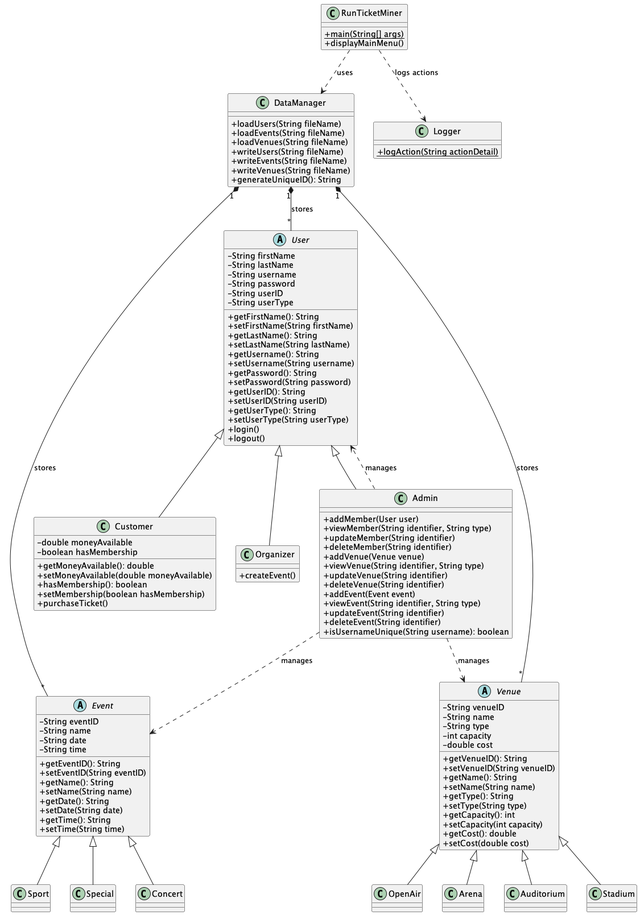
The PlantUML diagram out/ClassDiagram/ClassDiagram.png in jluna4072/TicketMiner, before a commit.
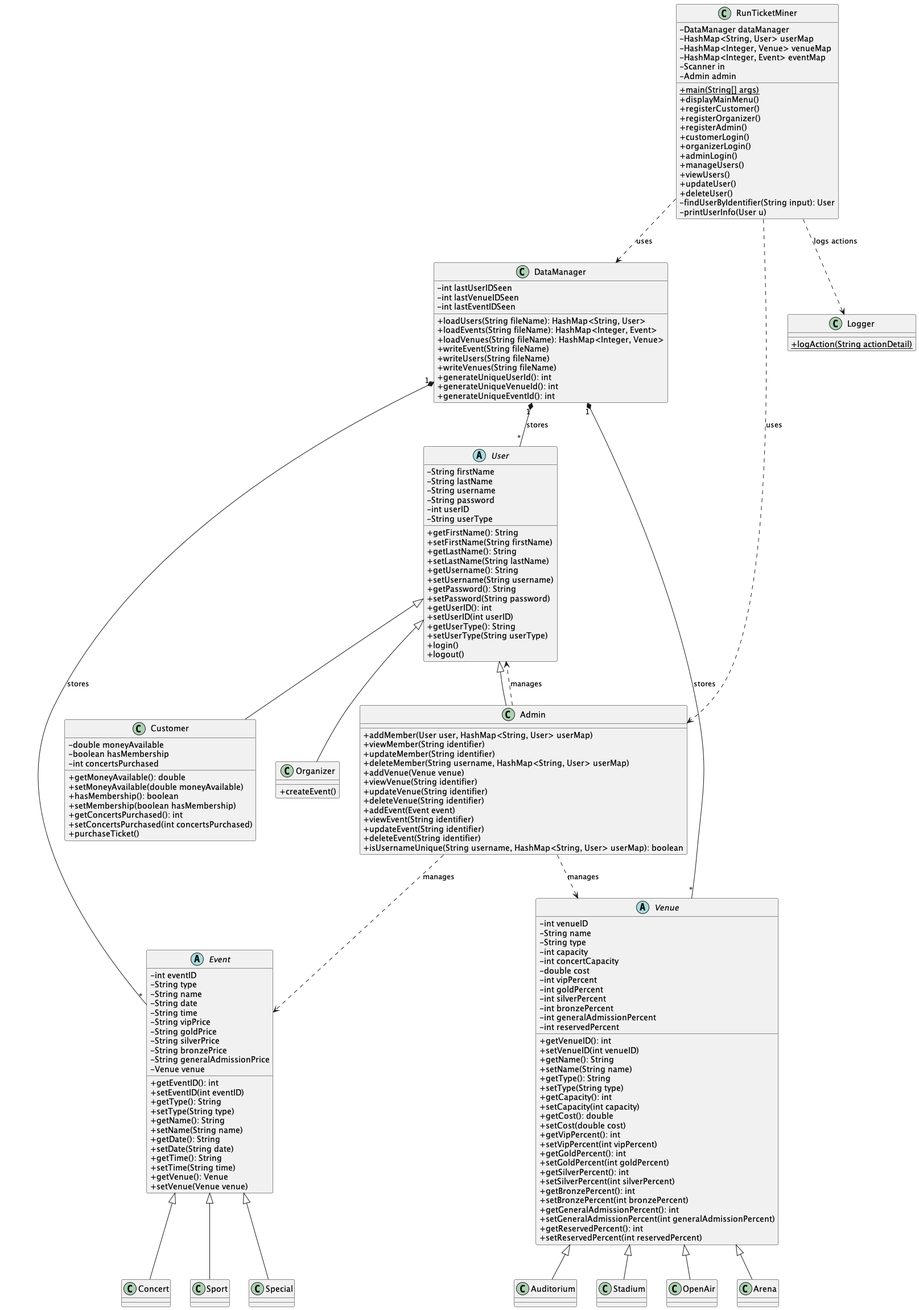
The same file after the commit.

Commit message:
Update ClassDiagram.png to reflect recent changes in class relationships

Diff of the diagram source:
```diff
@@ -6,7 +6,7 @@
     - String lastName
     - String username
     - String password
-    - String userID
+    - int userID
     - String userType
     + getFirstName(): String
     + setFirstName(String firstName)
@@ -16,8 +16,8 @@
     + setUsername(String username)
     + getPassword(): String
     + setPassword(String password)
-    + getUserID(): String
-    + setUserID(String userID)
+    + getUserID(): int
+    + setUserID(int userID)
     + getUserType(): String
     + setUserType(String userType)
     + login()
@@ -26,10 +26,13 @@
 class Customer {
     - double moneyAvailable
     - boolean hasMembership
+    - int concertsPurchased
     + getMoneyAvailable(): double
     + setMoneyAvailable(double moneyAvailable)
     + hasMembership(): boolean
     + setMembership(boolean hasMembership)
+    + getConcertsPurchased(): int
+    + setConcertsPurchased(int concertsPurchased)
     + purchaseTicket()
 }
 
@@ -38,35 +41,45 @@
 }
 
 class Admin {
-    + addMember(User user)
-    + viewMember(String identifier, String type)
+    + addMember(User user, HashMap<String, User> userMap)
+    + viewMember(String identifier)
     + updateMember(String identifier)
-    + deleteMember(String identifier)
+    + deleteMember(String username, HashMap<String, User> userMap)
     + addVenue(Venue venue)
-    + viewVenue(String identifier, String type)
+    + viewVenue(String identifier)
     + updateVenue(String identifier)
     + deleteVenue(String identifier)
     + addEvent(Event event)
-    + viewEvent(String identifier, String type)
+    + viewEvent(String identifier)
     + updateEvent(String identifier)
     + deleteEvent(String identifier)
-    + isUsernameUnique(String username): boolean
+    + isUsernameUnique(String username, HashMap<String, User> userMap): boolean
 }
 
 abstract class Event {
-    - String eventID
+    - int eventID
+    - String type
     - String name
     - String date
     - String time
-
-    + getEventID(): String
-    + setEventID(String eventID)
+    - String vipPrice
+    - String goldPrice
+    - String silverPrice
+    - String bronzePrice
+    - String generalAdmissionPrice
+    - Venue venue
+    + getEventID(): int
+    + setEventID(int eventID)
+    + getType(): String
+    + setType(String type)
     + getName(): String
     + setName(String name)
     + getDate(): String
     + setDate(String date)
     + getTime(): String
     + setTime(String time)
+    + getVenue(): Venue
+    + setVenue(Venue venue)
 }
 
 class Concert extends Event
@@ -74,13 +87,20 @@
 class Special extends Event
 
 abstract class Venue {
-    - String venueID
+    - int venueID
     - String name
     - String type
     - int capacity
+    - int concertCapacity
     - double cost
-    + getVenueID(): String
-    + setVenueID(String venueID)
+    - int vipPercent
+    - int goldPercent
+    - int silverPercent
+    - int bronzePercent
+    - int generalAdmissionPercent
+    - int reservedPercent
+    + getVenueID(): int
+    + setVenueID(int venueID)
     + getName(): String
     + setName(String name)
     + getType(): String
@@ -89,6 +109,18 @@
     + setCapacity(int capacity)
     + getCost(): double
     + setCost(double cost)
+    + getVipPercent(): int
+    + setVipPercent(int vipPercent)
+    + getGoldPercent(): int
+    + setGoldPercent(int goldPercent)
+    + getSilverPercent(): int
+    + setSilverPercent(int silverPercent)
+    + getBronzePercent(): int
+    + setBronzePercent(int bronzePercent)
+    + getGeneralAdmissionPercent(): int
+    + setGeneralAdmissionPercent(int generalAdmissionPercent)
+    + getReservedPercent(): int
+    + setReservedPercent(int reservedPercent)
 }
 
 class Arena extends Venue
@@ -97,19 +129,41 @@
 class OpenAir extends Venue
 
 class RunTicketMiner {
+    - DataManager dataManager
+    - HashMap<String, User> userMap
+    - HashMap<Integer, Venue> venueMap
+    - HashMap<Integer, Event> eventMap
+    - Scanner in
+    - Admin admin
     + {static} main(String[] args)
     + displayMainMenu()
+    + registerCustomer()
+    + registerOrganizer()
+    + registerAdmin()
+    + customerLogin()
+    + organizerLogin()
+    + adminLogin()
+    + manageUsers()
+    + viewUsers()
+    + updateUser()
+    + deleteUser()
+    - findUserByIdentifier(String input): User
+    - printUserInfo(User u)
 }
 
 class DataManager {
-    + loadUsers(String fileName)
-    + loadEvents(String fileName)
-    + loadVenues(String fileName)
+    - int lastUserIDSeen
+    - int lastVenueIDSeen
+    - int lastEventIDSeen
+    + loadUsers(String fileName): HashMap<String, User>
+    + loadEvents(String fileName): HashMap<Integer, Event>
+    + loadVenues(String fileName): HashMap<Integer, Venue>
+    + writeEvent(String fileName)
     + writeUsers(String fileName)
-    + writeEvents(String fileName)
     + writeVenues(String fileName)
-    + generateUniqueID(): String
-
+    + generateUniqueUserId(): int
+    + generateUniqueVenueId(): int
+    + generateUniqueEventId(): int
 }
 
 class Logger {
@@ -129,5 +183,6 @@
 Admin ..> Venue : manages
 Admin ..> Event : manages
 RunTicketMiner ..> DataManager : uses
+RunTicketMiner ..> Admin : uses
 RunTicketMiner ..> Logger : logs actions
 @enduml
```
